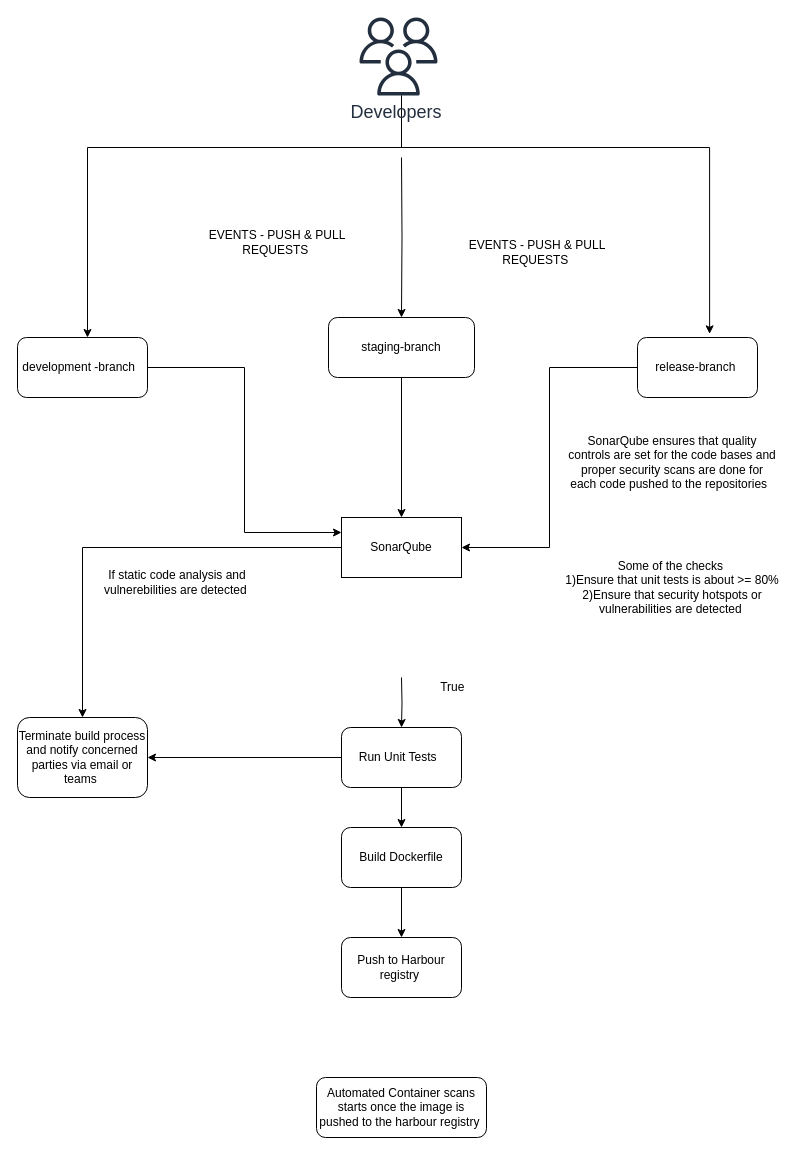
This is icurity.drawio from tyger-rareatom/consulting-architectures, a draw.io file, before an edit. Source tidied: cells renumbered, new cells numbered last; positions are measured from the earlier drawing's top-left corner, leaving out a move shared by most shapes. Both pictures are drawn from the tidied source at 100%, with x=0, y=0 at pixel (17, 17).
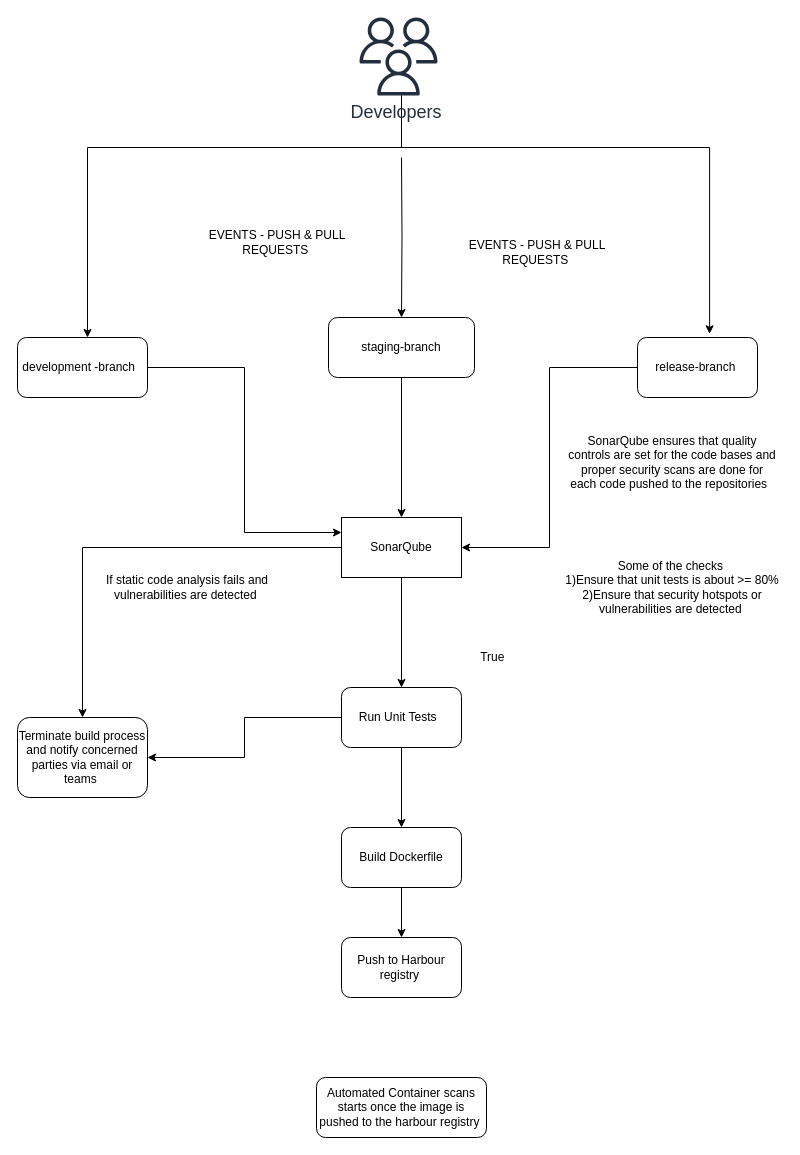
The same diagram, later.

Commit message:
static code fixes

The change refers to these unchanged cells:
```xml
<mxCell id="15" value="SonarQube" style="rounded=0;whiteSpace=wrap;html=1;" parent="1" vertex="1">
  <mxGeometry x="324" y="500" width="120" height="60" as="geometry" />
</mxCell>
```

Diff of the diagram source:
```diff
@@
+    <mxCell id="29" style="edgeStyle=orthogonalEdgeStyle;rounded=0;jettySize=auto;html=1;" parent="1" edge="1" source="15" target="21">
+      <mxGeometry relative="1" as="geometry" />
+    </mxCell>
@@
-    <mxCell id="17" style="edgeStyle=orthogonalEdgeStyle;rounded=0;jettySize=auto;html=1;entryX=0.5;entryY=0;entryDx=0;entryDy=0;" parent="1" edge="1" target="21">
-      <mxGeometry relative="1" as="geometry">
-        <mxPoint x="384" y="660" as="sourcePoint" />
-      </mxGeometry>
-    </mxCell>
@@
     <mxCell id="21" value="Run Unit Tests&amp;nbsp;&amp;nbsp;" style="rounded=1;whiteSpace=wrap;html=1;" parent="1" vertex="1">
-      <mxGeometry x="324" y="710" width="120" height="60" as="geometry" />
+      <mxGeometry x="324" y="670" width="120" height="60" as="geometry" />
     </mxCell>
     <mxCell id="22" value="True&amp;nbsp;" style="text;html=1;strokeColor=none;fillColor=none;align=center;verticalAlign=middle;whiteSpace=wrap;rounded=0;" parent="1" vertex="1">
-      <mxGeometry x="417" y="660" width="40" height="20" as="geometry" />
+      <mxGeometry x="457" y="630" width="40" height="20" as="geometry" />
     </mxCell>
@@
-    <mxCell id="24" value="If static code analysis and vulnerebilities are detected&amp;nbsp;" style="text;html=1;strokeColor=none;fillColor=none;align=center;verticalAlign=middle;whiteSpace=wrap;rounded=0;" parent="1" vertex="1">
-      <mxGeometry x="60" y="540" width="200" height="50" as="geometry" />
+    <mxCell id="24" value="If static code analysis fails and vulnerabilities are detected&amp;nbsp;" style="text;html=1;strokeColor=none;fillColor=none;align=center;verticalAlign=middle;whiteSpace=wrap;rounded=0;" parent="1" vertex="1">
+      <mxGeometry x="60" y="540" width="220" height="60" as="geometry" />
     </mxCell>
```
